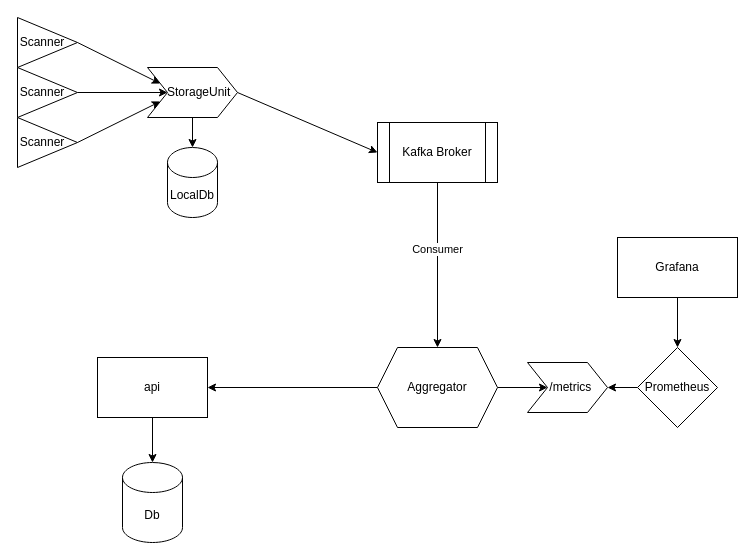
Above: outline.dio in 1michaelohayon/itemizer (draw.io), before the change. Source tidied: cells renumbered, new cells numbered last; positions are measured from the earlier drawing's top-left corner, leaving out a move shared by most shapes. Both pictures are drawn from the tidied source at 100%, with x=0, y=0 at pixel (17, 17).
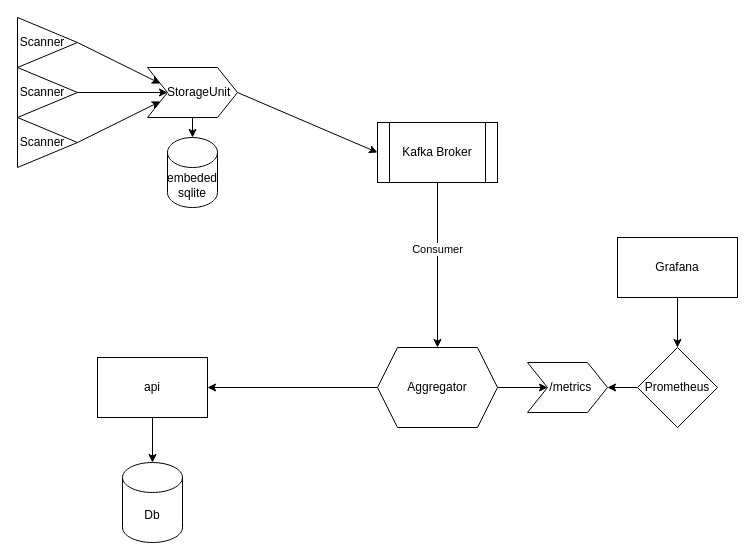
After the change.

The edit, as a diff of the source:
```diff
@@
-    <mxCell id="25" value="LocalDb" style="shape=cylinder3;whiteSpace=wrap;html=1;boundedLbl=1;backgroundOutline=1;size=15;" parent="1" vertex="1">
-      <mxGeometry x="150" y="130" width="50" height="70" as="geometry" />
+    <mxCell id="25" value="embeded&lt;br&gt;sqlite" style="shape=cylinder3;whiteSpace=wrap;html=1;boundedLbl=1;backgroundOutline=1;size=15;" parent="1" vertex="1">
+      <mxGeometry x="150" y="120" width="50" height="70" as="geometry" />
     </mxCell>
```
